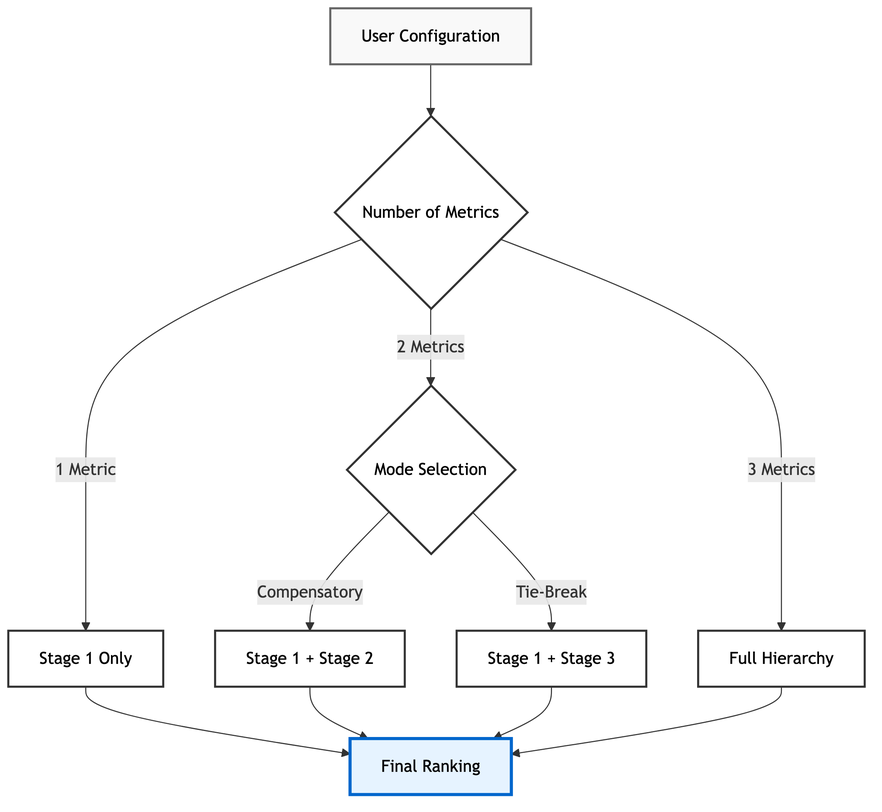
The Mermaid diagram paper/images/features.png in lerdmann1601/HERA-Matlab, before a commit. Its source is kept beside it as paper/mermaid_source/features.mmd.
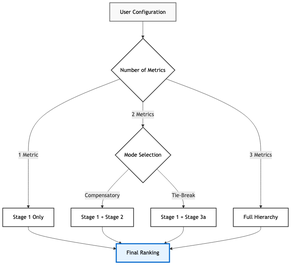
After the change.

Change to the diagram source:
```diff
@@ -7,7 +7,7 @@
     B -- 1 Metric --> C[Stage 1 Only]
     B -- 2 Metrics --> D{Mode Selection}
     D -- Compensatory --> E[Stage 1 + Stage 2]
-    D -- Tie-Break --> F[Stage 1 + Stage 3]
+    D -- Tie-Break --> F[Stage 1 + Stage 3a]
     B -- 3 Metrics --> G[Full Hierarchy]
     C --> H[Final Ranking]:::highlight
     E --> H
```
